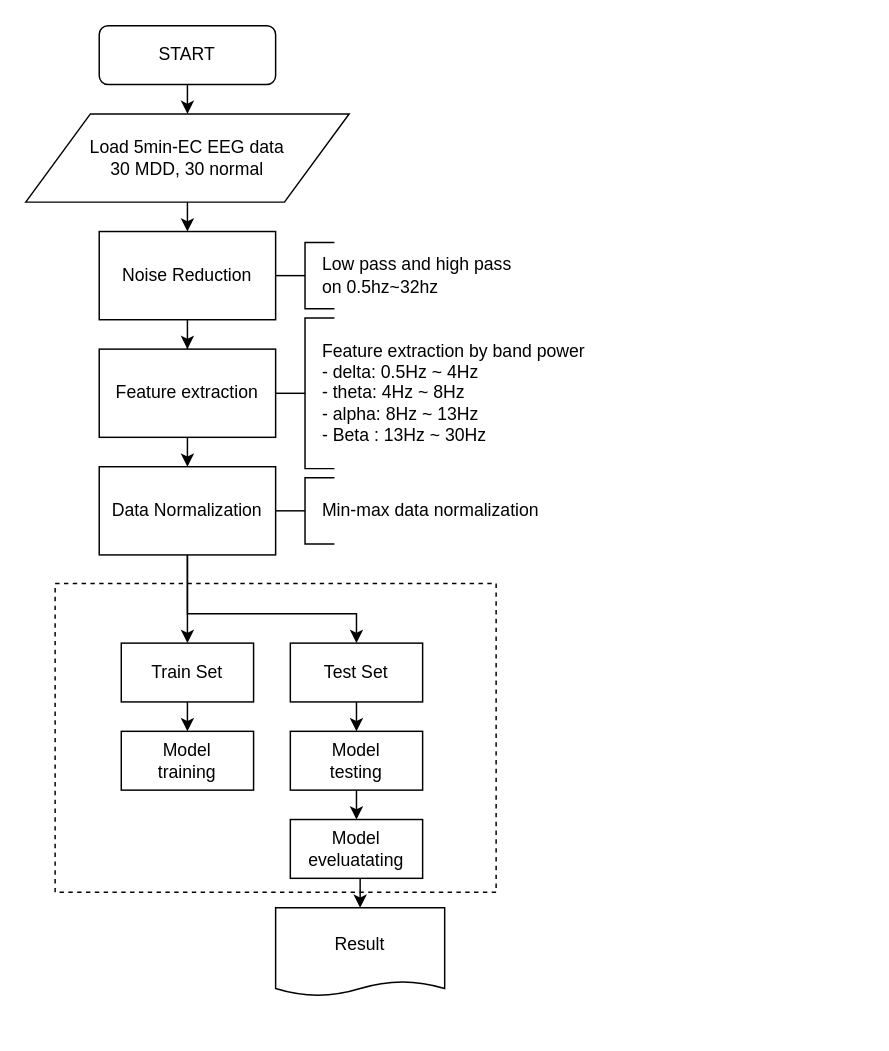
Earlier version of the draw.io diagram mdd-diagram.drawio (ws17863276480/MDD). Source tidied: cells renumbered, new cells numbered last; positions are measured from the earlier drawing's top-left corner, leaving out a move shared by most shapes. Both pictures are drawn from the tidied source at 147%, with x=0, y=0 at pixel (25, 25).
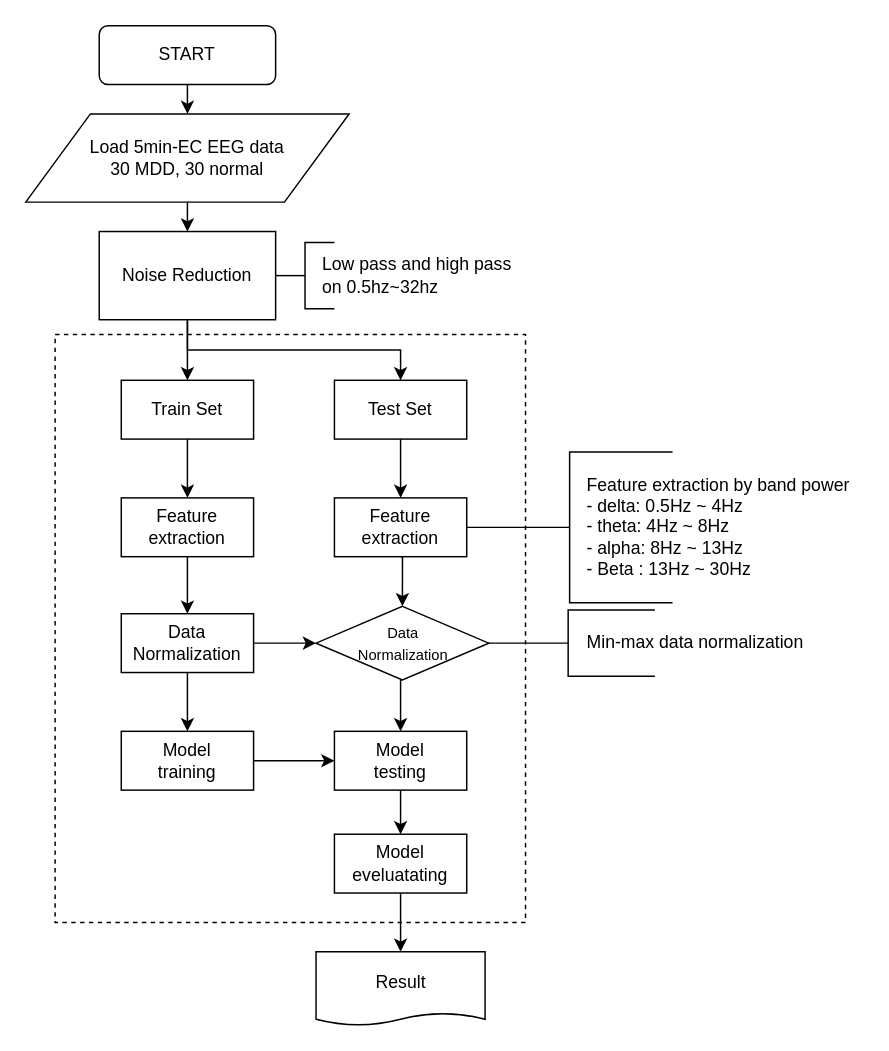
Above is the later version.

The change refers to these unchanged cells:
```xml
<mxCell id="6" value="Noise Reduction" style="rounded=0;whiteSpace=wrap;html=1;" parent="1" vertex="1">
  <mxGeometry x="50" y="140" width="120" height="60" as="geometry" />
</mxCell>
<mxCell id="18" value="Model&lt;br&gt;training" style="rounded=0;whiteSpace=wrap;html=1;" parent="1" vertex="1">
  <mxGeometry x="65" y="480" width="90" height="40" as="geometry" />
</mxCell>
```

The edit, as a diff of the source:
```diff
@@
     <mxCell id="2" style="rounded=0;whiteSpace=wrap;html=1;dashed=1;" parent="1" vertex="1">
-      <mxGeometry x="20" y="379.5" width="300" height="210" as="geometry" />
+      <mxGeometry x="20" y="210" width="320" height="400" as="geometry" />
     </mxCell>
@@
-    <mxCell id="5" style="edgeStyle=orthogonalEdgeStyle;rounded=0;jettySize=auto;html=1;exitX=0.5;exitY=1;exitDx=0;exitDy=0;" parent="1" edge="1" source="6" target="10">
-      <mxGeometry relative="1" as="geometry" />
-    </mxCell>
+    <mxCell id="30" style="edgeStyle=orthogonalEdgeStyle;rounded=0;jettySize=auto;html=1;exitX=0.5;exitY=1;exitDx=0;exitDy=0;" parent="1" edge="1" source="6" target="15">
+      <mxGeometry relative="1" as="geometry" />
+    </mxCell>
+    <mxCell id="31" style="edgeStyle=orthogonalEdgeStyle;rounded=0;jettySize=auto;html=1;exitX=0.5;exitY=1;exitDx=0;exitDy=0;entryX=0.5;entryY=0;entryDx=0;entryDy=0;" parent="1" edge="1" source="6" target="17">
+      <mxGeometry relative="1" as="geometry" />
+    </mxCell>
@@
     <mxCell id="10" value="Feature extraction" style="rounded=0;whiteSpace=wrap;html=1;" parent="1" vertex="1">
-      <mxGeometry x="50" y="220" width="120" height="60" as="geometry" />
+      <mxGeometry x="65" y="321.2" width="90" height="40" as="geometry" />
     </mxCell>
-    <mxCell id="11" style="edgeStyle=orthogonalEdgeStyle;rounded=0;jettySize=auto;html=1;exitX=0.5;exitY=1;exitDx=0;exitDy=0;entryX=0.5;entryY=0;entryDx=0;entryDy=0;" parent="1" edge="1" source="13" target="15">
-      <mxGeometry relative="1" as="geometry" />
-    </mxCell>
-    <mxCell id="12" style="edgeStyle=orthogonalEdgeStyle;rounded=0;jettySize=auto;html=1;exitX=0.5;exitY=1;exitDx=0;exitDy=0;entryX=0.5;entryY=0;entryDx=0;entryDy=0;" parent="1" edge="1" source="13" target="17">
-      <mxGeometry relative="1" as="geometry">
-        <Array as="points">
-          <mxPoint x="110" y="400" />
-          <mxPoint x="225" y="400" />
-        </Array>
-      </mxGeometry>
-    </mxCell>
+    <mxCell id="32" style="edgeStyle=orthogonalEdgeStyle;rounded=0;jettySize=auto;html=1;exitX=1;exitY=0.5;exitDx=0;exitDy=0;entryX=0;entryY=0.5;entryDx=0;entryDy=0;" parent="1" edge="1" source="13" target="38">
+      <mxGeometry relative="1" as="geometry" />
+    </mxCell>
+    <mxCell id="33" style="edgeStyle=orthogonalEdgeStyle;rounded=0;jettySize=auto;html=1;exitX=0.5;exitY=1;exitDx=0;exitDy=0;entryX=0.5;entryY=0;entryDx=0;entryDy=0;" parent="1" edge="1" source="13" target="18">
+      <mxGeometry relative="1" as="geometry" />
+    </mxCell>
     <mxCell id="13" value="Data Normalization" style="rounded=0;whiteSpace=wrap;html=1;" parent="1" vertex="1">
-      <mxGeometry x="50" y="300" width="120" height="60" as="geometry" />
+      <mxGeometry x="65" y="400" width="90" height="40" as="geometry" />
     </mxCell>
-    <mxCell id="14" style="edgeStyle=orthogonalEdgeStyle;rounded=0;jettySize=auto;html=1;exitX=0.5;exitY=1;exitDx=0;exitDy=0;entryX=0.5;entryY=0;entryDx=0;entryDy=0;" parent="1" edge="1" source="15" target="18">
-      <mxGeometry relative="1" as="geometry" />
-    </mxCell>
+    <mxCell id="34" style="edgeStyle=orthogonalEdgeStyle;rounded=0;jettySize=auto;html=1;exitX=0.5;exitY=1;exitDx=0;exitDy=0;entryX=0.5;entryY=0;entryDx=0;entryDy=0;" parent="1" edge="1" source="15" target="10">
+      <mxGeometry relative="1" as="geometry" />
+    </mxCell>
     <mxCell id="15" value="Train Set" style="rounded=0;whiteSpace=wrap;html=1;" parent="1" vertex="1">
-      <mxGeometry x="65" y="420" width="90" height="40" as="geometry" />
+      <mxGeometry x="65" y="241.2" width="90" height="40" as="geometry" />
     </mxCell>
-    <mxCell id="16" style="edgeStyle=orthogonalEdgeStyle;rounded=0;jettySize=auto;html=1;exitX=0.5;exitY=1;exitDx=0;exitDy=0;entryX=0.5;entryY=0;entryDx=0;entryDy=0;" parent="1" edge="1" source="17" target="20">
-      <mxGeometry relative="1" as="geometry" />
-    </mxCell>
+    <mxCell id="35" style="edgeStyle=orthogonalEdgeStyle;rounded=0;jettySize=auto;html=1;exitX=0.5;exitY=1;exitDx=0;exitDy=0;entryX=0.5;entryY=0;entryDx=0;entryDy=0;" parent="1" edge="1" source="17" target="40">
+      <mxGeometry relative="1" as="geometry" />
+    </mxCell>
     <mxCell id="17" value="Test Set" style="rounded=0;whiteSpace=wrap;html=1;" parent="1" vertex="1">
-      <mxGeometry x="180" y="420" width="90" height="40" as="geometry" />
+      <mxGeometry x="210" y="241.2" width="90" height="40" as="geometry" />
     </mxCell>
+    <mxCell id="36" style="edgeStyle=orthogonalEdgeStyle;rounded=0;jettySize=auto;html=1;exitX=1;exitY=0.5;exitDx=0;exitDy=0;entryX=0;entryY=0.5;entryDx=0;entryDy=0;" parent="1" edge="1" source="18" target="20">
+      <mxGeometry relative="1" as="geometry" />
+    </mxCell>
@@
     <mxCell id="20" value="Model&lt;br&gt;testing" style="rounded=0;whiteSpace=wrap;html=1;" parent="1" vertex="1">
-      <mxGeometry x="180" y="480" width="90" height="40" as="geometry" />
+      <mxGeometry x="210" y="480" width="90" height="40" as="geometry" />
     </mxCell>
@@
     <mxCell id="22" value="Model&lt;br&gt;eveluatating" style="rounded=0;whiteSpace=wrap;html=1;" parent="1" vertex="1">
-      <mxGeometry x="180" y="540" width="90" height="40" as="geometry" />
+      <mxGeometry x="210" y="550" width="90" height="40" as="geometry" />
     </mxCell>
     <mxCell id="23" value="Result" style="shape=document;whiteSpace=wrap;html=1;boundedLbl=1;size=0.16666666666666666;" parent="1" vertex="1">
-      <mxGeometry x="170" y="600" width="115" height="60" as="geometry" />
+      <mxGeometry x="197.5" y="630" width="115" height="50" as="geometry" />
     </mxCell>
@@
-    <mxCell id="26" style="strokeWidth=1;html=1;shape=mxgraph.flowchart.annotation_2;align=left;labelPosition=right;" parent="1" vertex="1">
-      <mxGeometry x="170" y="198.8" width="40" height="102.5" as="geometry" />
-    </mxCell>
     <mxCell id="27" value="Feature extraction by band power&lt;br&gt;- delta: 0.5Hz ~ 4Hz&lt;br&gt;- theta: 4Hz ~ 8Hz&lt;br&gt;- alpha: 8Hz ~ 13Hz&lt;br&gt;- Beta : 13Hz ~ 30Hz" style="text;html=1;align=left;verticalAlign=middle;" parent="1" vertex="1">
-      <mxGeometry x="200" y="210" width="190" height="80" as="geometry" />
+      <mxGeometry x="380" y="301.2" width="190" height="80" as="geometry" />
     </mxCell>
     <mxCell id="28" style="strokeWidth=1;html=1;shape=mxgraph.flowchart.annotation_2;align=left;labelPosition=right;" parent="1" vertex="1">
-      <mxGeometry x="170" y="307.5" width="40" height="45" as="geometry" />
+      <mxGeometry x="310" y="397.5" width="118" height="45" as="geometry" />
     </mxCell>
     <mxCell id="29" value="Min-max data normalization" style="text;html=1;align=left;verticalAlign=middle;" parent="1" vertex="1">
-      <mxGeometry x="200" y="320" width="160" height="20" as="geometry" />
+      <mxGeometry x="380" y="410" width="160" height="20" as="geometry" />
     </mxCell>
+    <mxCell id="37" style="edgeStyle=orthogonalEdgeStyle;rounded=0;jettySize=auto;html=1;exitX=0.5;exitY=1;exitDx=0;exitDy=0;entryX=0.5;entryY=0;entryDx=0;entryDy=0;" parent="1" edge="1" source="38" target="20">
+      <mxGeometry relative="1" as="geometry" />
+    </mxCell>
+    <mxCell id="38" value="&lt;font style=&quot;font-size: 10px ; line-height: 100%&quot;&gt;Data&lt;br&gt;Normalization&lt;/font&gt;" style="rhombus;whiteSpace=wrap;html=1;" parent="1" vertex="1">
+      <mxGeometry x="197.5" y="395" width="117.5" height="50" as="geometry" />
+    </mxCell>
+    <mxCell id="39" style="edgeStyle=orthogonalEdgeStyle;rounded=0;jettySize=auto;html=1;exitX=0.5;exitY=1;exitDx=0;exitDy=0;entryX=0.5;entryY=0;entryDx=0;entryDy=0;" parent="1" edge="1" source="40" target="38">
+      <mxGeometry relative="1" as="geometry" />
+    </mxCell>
+    <mxCell id="40" value="Feature extraction" style="rounded=0;whiteSpace=wrap;html=1;" parent="1" vertex="1">
+      <mxGeometry x="210" y="321.2" width="90" height="40" as="geometry" />
+    </mxCell>
+    <mxCell id="41" style="strokeWidth=1;html=1;shape=mxgraph.flowchart.annotation_2;align=left;labelPosition=right;" parent="1" vertex="1">
+      <mxGeometry x="300" y="290" width="140" height="102.5" as="geometry" />
+    </mxCell>
```
